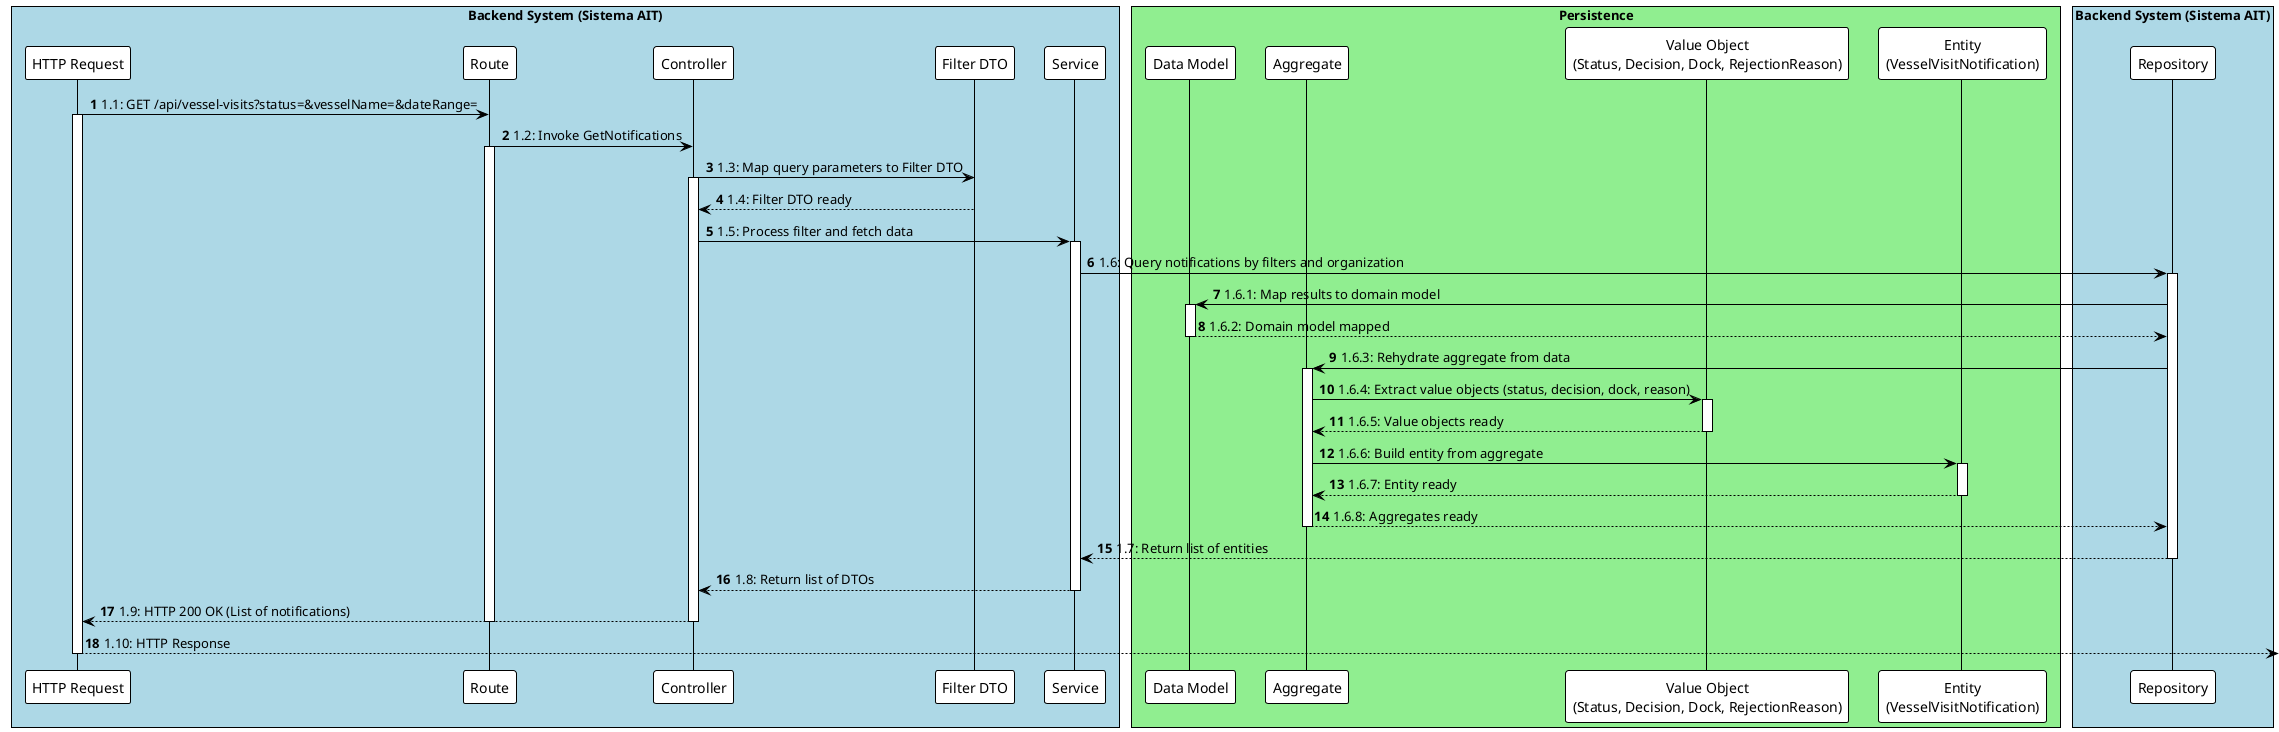
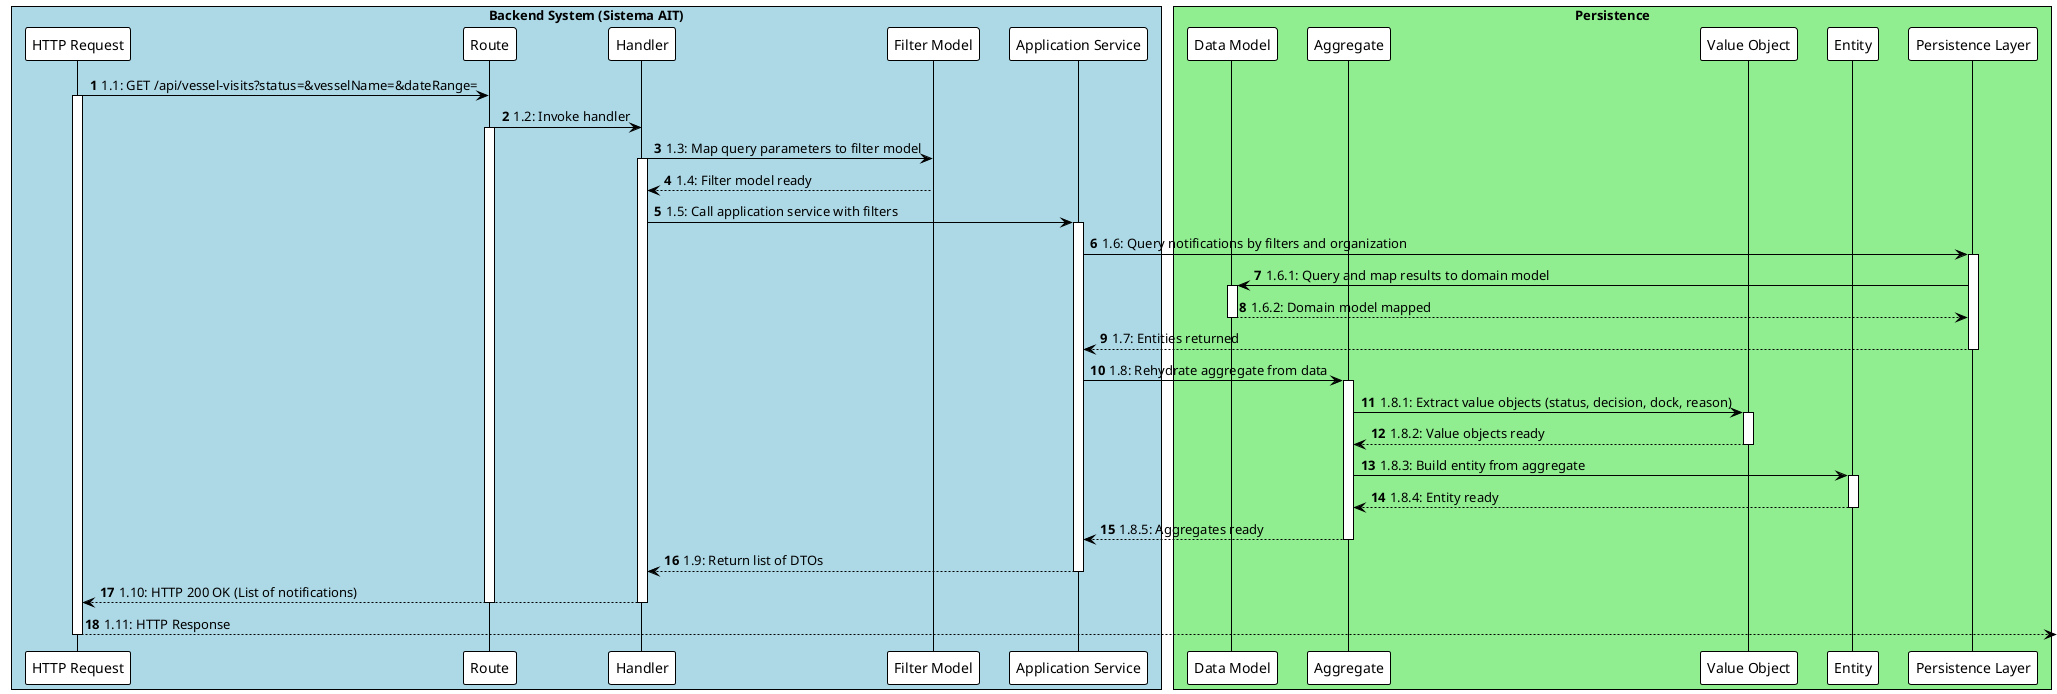
@startuml
!theme plain
autonumber

box "Backend System (Sistema AIT)" #LightBlue
    participant "HTTP Request" as HttpRequest
    participant "Route" as Route
-     participant "Controller" as Controller
-     participant "Filter DTO" as Dto
-     participant "Service" as Service
+     participant "Handler" as Handler
+     participant "Filter Model" as FilterModel
+     participant "Application Service" as AppService
    box "Persistence" #LightGreen
        participant "Data Model" as DataModel
        participant "Aggregate" as Aggregate
-         participant "Value Object\n(Status, Decision, Dock, RejectionReason)" as ValueObject
-         participant "Entity\n(VesselVisitNotification)" as Entity
+         participant "Value Object" as ValueObject
+         participant "Entity" as Entity
+         participant "Persistence Layer" as Persistence
    end box
-     participant "Repository" as Repository
end box

HttpRequest -> Route : 1.1: GET /api/vessel-visits?status=&vesselName=&dateRange=
activate HttpRequest
- Route -> Controller : 1.2: Invoke GetNotifications
+ Route -> Handler : 1.2: Invoke handler
activate Route
- Controller -> Dto : 1.3: Map query parameters to Filter DTO
- activate Controller
- Dto --> Controller : 1.4: Filter DTO ready
- deactivate Dto
- Controller -> Service : 1.5: Process filter and fetch data
- activate Service
- Service -> Repository : 1.6: Query notifications by filters and organization
- activate Repository
- Repository -> DataModel : 1.6.1: Map results to domain model
+ Handler -> FilterModel : 1.3: Map query parameters to filter model
+ activate Handler
+ FilterModel --> Handler : 1.4: Filter model ready
+ deactivate FilterModel
+ Handler -> AppService : 1.5: Call application service with filters
+ activate AppService
+ AppService -> Persistence : 1.6: Query notifications by filters and organization
+ activate Persistence
+ Persistence -> DataModel : 1.6.1: Query and map results to domain model
activate DataModel
- DataModel --> Repository : 1.6.2: Domain model mapped
+ DataModel --> Persistence : 1.6.2: Domain model mapped
deactivate DataModel
- Repository -> Aggregate : 1.6.3: Rehydrate aggregate from data
+ Persistence --> AppService : 1.7: Entities returned
+ deactivate Persistence
+ AppService -> Aggregate : 1.8: Rehydrate aggregate from data
activate Aggregate
- Aggregate -> ValueObject : 1.6.4: Extract value objects (status, decision, dock, reason)
+ Aggregate -> ValueObject : 1.8.1: Extract value objects (status, decision, dock, reason)
activate ValueObject
- ValueObject --> Aggregate : 1.6.5: Value objects ready
+ ValueObject --> Aggregate : 1.8.2: Value objects ready
deactivate ValueObject
- Aggregate -> Entity : 1.6.6: Build entity from aggregate
+ Aggregate -> Entity : 1.8.3: Build entity from aggregate
activate Entity
- Entity --> Aggregate : 1.6.7: Entity ready
+ Entity --> Aggregate : 1.8.4: Entity ready
deactivate Entity
- Aggregate --> Repository : 1.6.8: Aggregates ready
+ Aggregate --> AppService : 1.8.5: Aggregates ready
deactivate Aggregate
- Repository --> Service : 1.7: Return list of entities
- deactivate Repository
- Service --> Controller : 1.8: Return list of DTOs
- deactivate Service
- Controller --> HttpRequest : 1.9: HTTP 200 OK (List of notifications)
- deactivate Controller
+ AppService --> Handler : 1.9: Return list of DTOs
+ deactivate AppService
+ Handler --> HttpRequest : 1.10: HTTP 200 OK (List of notifications)
+ deactivate Handler
deactivate Route
- HttpRequest --> : 1.10: HTTP Response
+ HttpRequest --> : 1.11: HTTP Response
deactivate HttpRequest

@enduml
